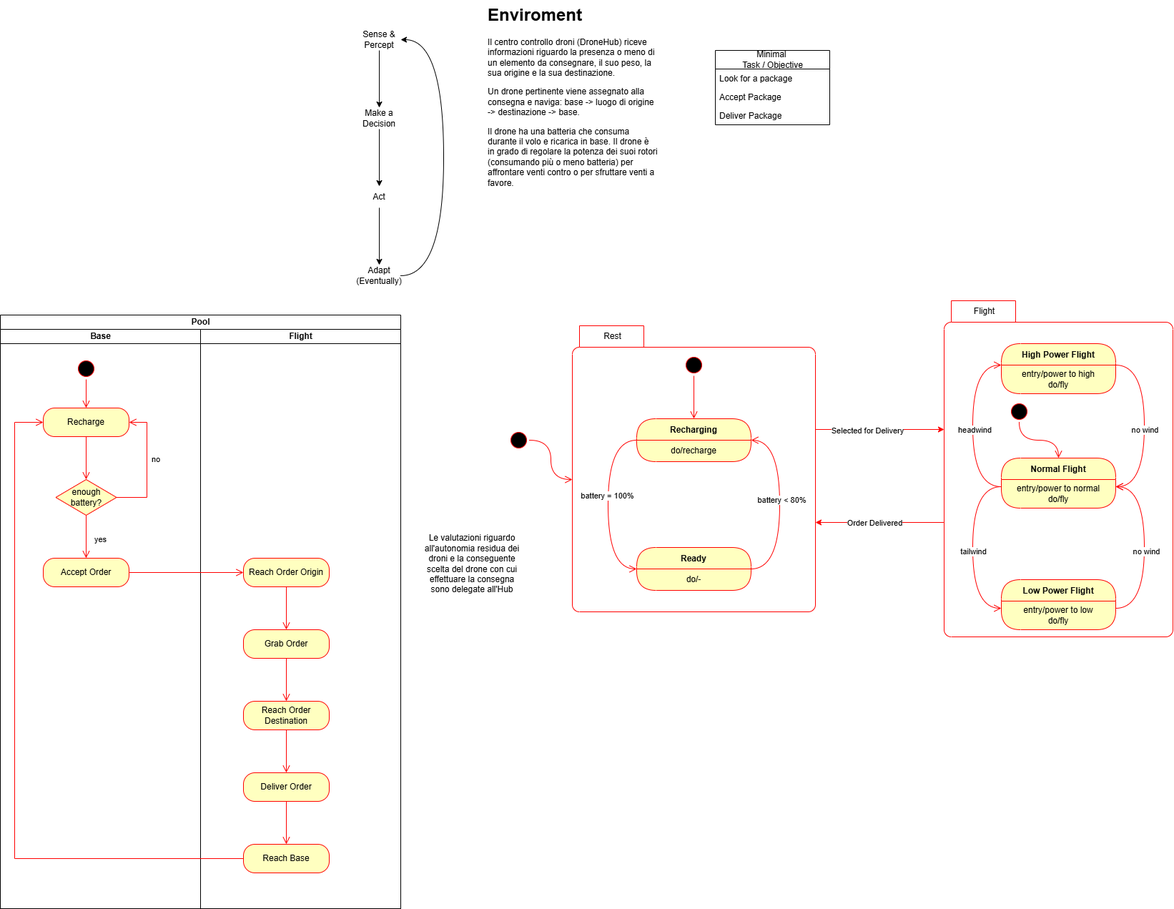
AlessandroStefani/sap_assignment01 keeps this draw.io diagram as doc/agent.png. Above is the earlier version. Source tidied: cells renumbered, new cells last; positions are measured from the earlier drawing's top-left corner, leaving out a move shared by most shapes.
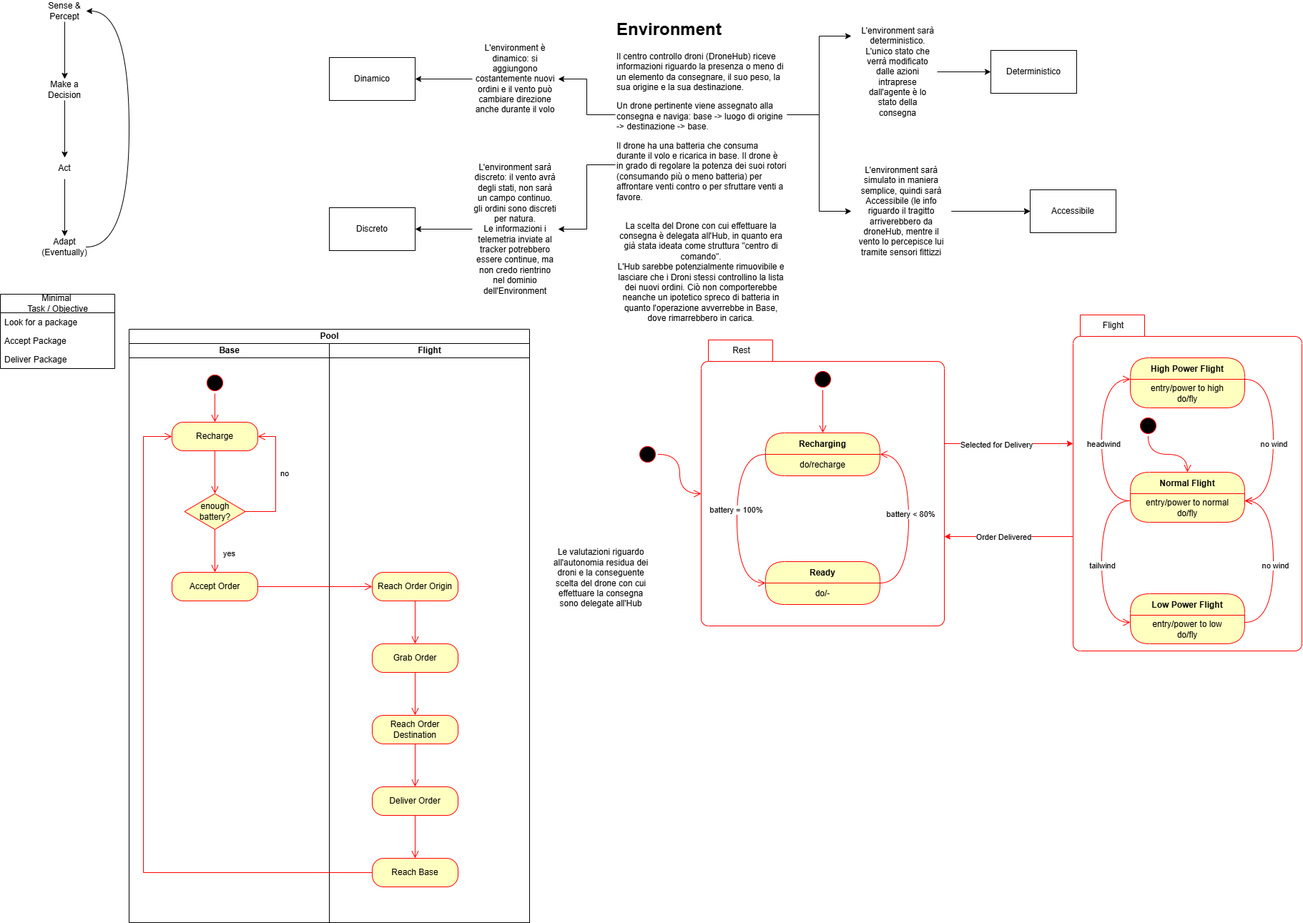
Above is the later version.

Commit message:
estesa la definizione dell'Environment

Diff of the diagram source:
```diff
@@ -36,33 +36,33 @@
       <mxGeometry relative="1" as="geometry" />
     </mxCell>
     <mxCell id="9" value="Sense &amp;amp; Percept" style="text;html=1;whiteSpace=wrap;strokeColor=none;fillColor=none;align=center;verticalAlign=middle;rounded=0;" parent="1" vertex="1">
-      <mxGeometry x="500" y="40" width="60" height="30" as="geometry" />
+      <mxGeometry x="-120" y="-20" width="60" height="30" as="geometry" />
     </mxCell>
     <mxCell id="10" style="edgeStyle=orthogonalEdgeStyle;rounded=0;jettySize=auto;html=1;" parent="1" edge="1" source="11" target="13">
       <mxGeometry relative="1" as="geometry" />
     </mxCell>
     <mxCell id="11" value="Make a Decision" style="text;html=1;whiteSpace=wrap;strokeColor=none;fillColor=none;align=center;verticalAlign=middle;rounded=0;" parent="1" vertex="1">
-      <mxGeometry x="500" y="150" width="60" height="30" as="geometry" />
+      <mxGeometry x="-120" y="90" width="60" height="30" as="geometry" />
     </mxCell>
     <mxCell id="12" style="edgeStyle=orthogonalEdgeStyle;rounded=0;jettySize=auto;html=1;" parent="1" edge="1" source="13" target="15">
       <mxGeometry relative="1" as="geometry" />
     </mxCell>
     <mxCell id="13" value="Act" style="text;html=1;whiteSpace=wrap;strokeColor=none;fillColor=none;align=center;verticalAlign=middle;rounded=0;" parent="1" vertex="1">
-      <mxGeometry x="500" y="260" width="60" height="30" as="geometry" />
+      <mxGeometry x="-120" y="200" width="60" height="30" as="geometry" />
     </mxCell>
     <mxCell id="14" style="edgeStyle=orthogonalEdgeStyle;rounded=0;jettySize=auto;html=1;entryX=1;entryY=0.5;entryDx=0;entryDy=0;curved=1;" parent="1" edge="1" source="15" target="9">
       <mxGeometry relative="1" as="geometry">
         <Array as="points">
-          <mxPoint x="620" y="385" />
-          <mxPoint x="620" y="55" />
+          <mxPoint y="325" />
+          <mxPoint y="-5" />
         </Array>
       </mxGeometry>
     </mxCell>
     <mxCell id="15" value="Adapt (Eventually)" style="text;html=1;whiteSpace=wrap;strokeColor=none;fillColor=none;align=center;verticalAlign=middle;rounded=0;" parent="1" vertex="1">
-      <mxGeometry x="500" y="370" width="60" height="30" as="geometry" />
+      <mxGeometry x="-120" y="310" width="60" height="30" as="geometry" />
     </mxCell>
     <mxCell id="16" value="Minimal&amp;nbsp;&lt;div&gt;Task / Objective&lt;/div&gt;" style="swimlane;fontStyle=0;horizontal=1;startSize=26;fillColor=none;html=1;" parent="1" vertex="1">
-      <mxGeometry x="1000" y="70" width="160" height="104" as="geometry" />
+      <mxGeometry x="-180" y="391" width="160" height="104" as="geometry" />
     </mxCell>
     <mxCell id="17" value="Look for a package" style="text;strokeColor=none;fillColor=none;align=left;verticalAlign=top;spacingLeft=4;spacingRight=4;overflow=hidden;whiteSpace=wrap;html=1;" parent="16" vertex="1">
       <mxGeometry y="26" width="160" height="26" as="geometry" />
@@ -73,7 +73,21 @@
     <mxCell id="19" value="Deliver Package" style="text;strokeColor=none;fillColor=none;align=left;verticalAlign=top;spacingLeft=4;spacingRight=4;overflow=hidden;whiteSpace=wrap;html=1;" parent="16" vertex="1">
       <mxGeometry y="78" width="160" height="26" as="geometry" />
     </mxCell>
+    <mxCell id="72" style="edgeStyle=orthogonalEdgeStyle;rounded=0;jettySize=auto;html=1;" parent="1" edge="1" source="20" target="78">
+      <mxGeometry relative="1" as="geometry" />
+    </mxCell>
+    <mxCell id="73" style="edgeStyle=orthogonalEdgeStyle;rounded=0;jettySize=auto;html=1;" parent="1" edge="1" source="20">
+      <mxGeometry relative="1" as="geometry">
+        <mxPoint x="1010" y="30" as="targetPoint" />
+      </mxGeometry>
+    </mxCell>
+    <mxCell id="74" style="edgeStyle=orthogonalEdgeStyle;rounded=0;jettySize=auto;html=1;" parent="1" edge="1" source="20" target="85">
+      <mxGeometry relative="1" as="geometry" />
+    </mxCell>
+    <mxCell id="75" style="edgeStyle=orthogonalEdgeStyle;rounded=0;jettySize=auto;html=1;exitX=0;exitY=0.75;exitDx=0;exitDy=0;entryX=1;entryY=0.5;entryDx=0;entryDy=0;" parent="1" edge="1" source="20" target="88">
+      <mxGeometry relative="1" as="geometry" />
+    </mxCell>
-    <mxCell id="20" value="&lt;h1 style=&quot;margin-top: 0px;&quot;&gt;Enviroment&lt;/h1&gt;&lt;p&gt;Il centro controllo droni (DroneHub) riceve informazioni riguardo la presenza o meno di un elemento da consegnare, il suo peso, la sua origine e la sua destinazione.&lt;/p&gt;&lt;p&gt;Un drone pertinente viene assegnato alla consegna e naviga: base -&amp;gt; luogo di origine -&amp;gt; destinazione -&amp;gt; base.&lt;br&gt;&lt;/p&gt;&lt;p&gt;Il drone ha una batteria che consuma durante il volo e ricarica in base. Il drone è in grado di regolare la potenza dei suoi rotori (consumando più o meno batteria) per affrontare venti contro o per sfruttare venti a favore.&lt;/p&gt;" style="text;html=1;whiteSpace=wrap;overflow=hidden;rounded=0;" parent="1" vertex="1">
+    <mxCell id="20" value="&lt;h1 style=&quot;margin-top: 0px;&quot;&gt;Environment&lt;/h1&gt;&lt;p&gt;Il centro controllo droni (DroneHub) riceve informazioni riguardo la presenza o meno di un elemento da consegnare, il suo peso, la sua origine e la sua destinazione.&lt;/p&gt;&lt;p&gt;Un drone pertinente viene assegnato alla consegna e naviga: base -&amp;gt; luogo di origine -&amp;gt; destinazione -&amp;gt; base.&lt;br&gt;&lt;/p&gt;&lt;p&gt;Il drone ha una batteria che consuma durante il volo e ricarica in base. Il drone è in grado di regolare la potenza dei suoi rotori (consumando più o meno batteria) per affrontare venti contro o per sfruttare venti a favore.&lt;/p&gt;" style="text;html=1;whiteSpace=wrap;overflow=hidden;rounded=0;" parent="1" vertex="1">
       <mxGeometry x="680" width="240" height="280" as="geometry" />
     </mxCell>
     <mxCell id="21" value="Pool" style="swimlane;startSize=20;html=1;" parent="1" vertex="1">
@@ -301,5 +315,47 @@
     <mxCell id="71" value="Le valutazioni riguardo all'autonomia residua dei droni e la conseguente scelta del drone con cui effettuare la consegna sono delegate all'Hub" style="text;html=1;whiteSpace=wrap;strokeColor=none;fillColor=none;align=center;verticalAlign=middle;rounded=0;" parent="1" vertex="1">
       <mxGeometry x="590" y="745" width="140" height="85" as="geometry" />
     </mxCell>
+    <mxCell id="76" style="edgeStyle=orthogonalEdgeStyle;rounded=0;jettySize=auto;html=1;" parent="1" edge="1" source="78" target="79">
+      <mxGeometry relative="1" as="geometry" />
+    </mxCell>
+    <mxCell id="77" style="edgeStyle=orthogonalEdgeStyle;rounded=0;jettySize=auto;html=1;" parent="1" edge="1" source="78" target="79">
+      <mxGeometry relative="1" as="geometry" />
+    </mxCell>
+    <mxCell id="78" value="L'environment sarà simulato in maniera semplice, quindi sarà Accessibile (le info riguardo il tragitto arriverebbero da droneHub, mentre il vento lo percepisce lui tramite sensori fittizzi" style="text;html=1;whiteSpace=wrap;strokeColor=none;fillColor=none;align=center;verticalAlign=middle;rounded=0;" parent="1" vertex="1">
+      <mxGeometry x="1010" y="200" width="140" height="150" as="geometry" />
+    </mxCell>
+    <mxCell id="79" value="Accessibile" style="whiteSpace=wrap;html=1;" parent="1" vertex="1">
+      <mxGeometry x="1260" y="245" width="120" height="60" as="geometry" />
+    </mxCell>
+    <mxCell id="80" style="edgeStyle=orthogonalEdgeStyle;rounded=0;jettySize=auto;html=1;" parent="1" edge="1" source="81" target="83">
+      <mxGeometry relative="1" as="geometry" />
+    </mxCell>
+    <mxCell id="81" value="L'environment sarà deterministico. L'unico stato che verrà modificato dalle azioni intraprese dall'agente è lo stato della consegna" style="text;html=1;whiteSpace=wrap;strokeColor=none;fillColor=none;align=center;verticalAlign=middle;rounded=0;" parent="1" vertex="1">
+      <mxGeometry x="1020" y="10" width="110" height="140" as="geometry" />
+    </mxCell>
+    <mxCell id="82" value="La scelta del Drone con cui effettuare la consegna è delegata all'Hub, in quanto era già stata ideata come struttura &quot;centro di comando&quot;.&lt;br&gt;L'Hub sarebbe potenzialmente rimuovibile e lasciare che i Droni stessi controllino la lista dei nuovi ordini. Ciò non comporterebbe neanche un ipotetico spreco di batteria in quanto l'operazione avverrebbe in Base, dove rimarrebbero in carica." style="text;html=1;whiteSpace=wrap;strokeColor=none;fillColor=none;align=center;verticalAlign=middle;rounded=0;" parent="1" vertex="1">
+      <mxGeometry x="680" y="280" width="240" height="160" as="geometry" />
+    </mxCell>
+    <mxCell id="83" value="Deterministico" style="whiteSpace=wrap;html=1;" parent="1" vertex="1">
+      <mxGeometry x="1205" y="50" width="120" height="60" as="geometry" />
+    </mxCell>
+    <mxCell id="84" style="edgeStyle=orthogonalEdgeStyle;rounded=0;jettySize=auto;html=1;" parent="1" edge="1" source="85" target="86">
+      <mxGeometry relative="1" as="geometry" />
+    </mxCell>
+    <mxCell id="85" value="L'environment è dinamico: si aggiungono costantemente nuovi ordini e il vento può cambiare direzione anche durante il volo" style="text;html=1;whiteSpace=wrap;strokeColor=none;fillColor=none;align=center;verticalAlign=middle;rounded=0;" parent="1" vertex="1">
+      <mxGeometry x="480" y="30" width="120" height="120" as="geometry" />
+    </mxCell>
+    <mxCell id="86" value="Dinamico" style="whiteSpace=wrap;html=1;" parent="1" vertex="1">
+      <mxGeometry x="280" y="60" width="120" height="60" as="geometry" />
+    </mxCell>
+    <mxCell id="87" style="edgeStyle=orthogonalEdgeStyle;rounded=0;jettySize=auto;html=1;" parent="1" edge="1" source="88" target="89">
+      <mxGeometry relative="1" as="geometry" />
+    </mxCell>
+    <mxCell id="88" value="L'environment sarà discreto: il vento avrà degli stati, non sarà un campo continuo. gli ordini sono discreti per natura.&lt;br&gt;Le informazioni i telemetria inviate al tracker potrebbero essere continue, ma non credo rientrino nel dominio dell'Environment" style="text;html=1;whiteSpace=wrap;strokeColor=none;fillColor=none;align=center;verticalAlign=middle;rounded=0;" parent="1" vertex="1">
+      <mxGeometry x="480" y="200" width="120" height="200" as="geometry" />
+    </mxCell>
+    <mxCell id="89" value="Discreto" style="whiteSpace=wrap;html=1;" parent="1" vertex="1">
+      <mxGeometry x="280" y="270" width="120" height="60" as="geometry" />
+    </mxCell>
   </root>
 </mxGraphModel>
```
